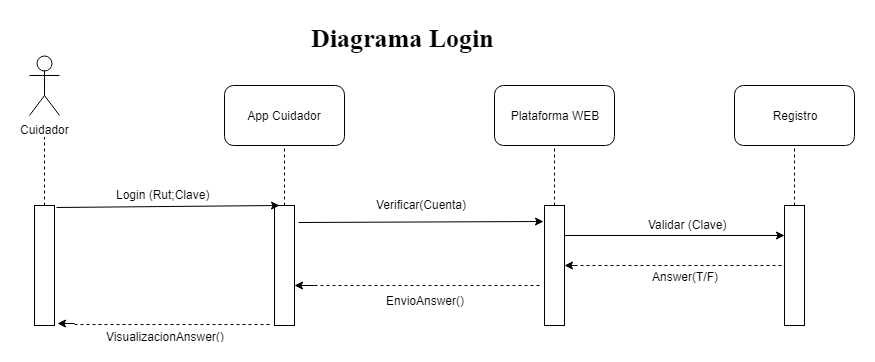
Before: Diagramas de secuencias/Diagrama Secuencia Login.png, a diagram exported from draw.io (DanSotoC/G4HD). Source tidied: cells renumbered, new cells last; positions are measured from the earlier drawing's top-left corner, leaving out a move shared by most shapes. The source it was exported from:
```xml
<mxGraphModel>
  <root>
    <mxCell id="0" />
    <mxCell id="1" parent="0" />
    <mxCell id="2" style="rounded=0;whiteSpace=wrap;html=1;" parent="1" vertex="1">
      <mxGeometry x="5" y="185" width="20" height="120" as="geometry" />
    </mxCell>
    <mxCell id="3" style="endArrow=none;dashed=1;html=1;exitX=0.5;exitY=0;exitDx=0;exitDy=0;" parent="1" edge="1" source="2">
      <mxGeometry relative="1" as="geometry">
        <mxPoint x="15" y="115" as="targetPoint" />
      </mxGeometry>
    </mxCell>
    <mxCell id="4" value="App Cuidador" style="rounded=1;whiteSpace=wrap;html=1;" parent="1" vertex="1">
      <mxGeometry x="195" y="65" width="120" height="60" as="geometry" />
    </mxCell>
    <mxCell id="5" style="rounded=0;whiteSpace=wrap;html=1;" parent="1" vertex="1">
      <mxGeometry x="245" y="185" width="20" height="120" as="geometry" />
    </mxCell>
    <mxCell id="6" style="endArrow=none;dashed=1;html=1;entryX=0.5;entryY=1;entryDx=0;entryDy=0;exitX=0.5;exitY=0;exitDx=0;exitDy=0;" parent="1" edge="1" source="5" target="4">
      <mxGeometry relative="1" as="geometry" />
    </mxCell>
    <mxCell id="7" value="Plataforma WEB" style="rounded=1;whiteSpace=wrap;html=1;" parent="1" vertex="1">
      <mxGeometry x="465" y="65" width="120" height="60" as="geometry" />
    </mxCell>
    <mxCell id="8" style="rounded=0;whiteSpace=wrap;html=1;" parent="1" vertex="1">
      <mxGeometry x="515" y="185" width="20" height="120" as="geometry" />
    </mxCell>
    <mxCell id="9" style="endArrow=none;dashed=1;html=1;entryX=0.5;entryY=1;entryDx=0;entryDy=0;exitX=0.5;exitY=0;exitDx=0;exitDy=0;" parent="1" edge="1" source="8" target="7">
      <mxGeometry relative="1" as="geometry" />
    </mxCell>
    <mxCell id="10" value="Registro&lt;br&gt;" style="rounded=1;whiteSpace=wrap;html=1;" parent="1" vertex="1">
      <mxGeometry x="705" y="65" width="120" height="60" as="geometry" />
    </mxCell>
    <mxCell id="11" style="rounded=0;whiteSpace=wrap;html=1;" parent="1" vertex="1">
      <mxGeometry x="755" y="185" width="20" height="120" as="geometry" />
    </mxCell>
    <mxCell id="12" style="endArrow=none;dashed=1;html=1;entryX=0.5;entryY=1;entryDx=0;entryDy=0;exitX=0.5;exitY=0;exitDx=0;exitDy=0;" parent="1" edge="1" source="11" target="10">
      <mxGeometry relative="1" as="geometry" />
    </mxCell>
    <mxCell id="13" style="endArrow=classic;html=1;entryX=0.25;entryY=0;entryDx=0;entryDy=0;exitX=1.1;exitY=0.017;exitDx=0;exitDy=0;exitPerimeter=0;" parent="1" edge="1" source="2" target="5">
      <mxGeometry relative="1" as="geometry" />
    </mxCell>
    <mxCell id="14" style="endArrow=classic;html=1;entryX=-0.05;entryY=0.133;entryDx=0;entryDy=0;entryPerimeter=0;exitX=1.2;exitY=0.142;exitDx=0;exitDy=0;exitPerimeter=0;" parent="1" edge="1" source="5" target="8">
      <mxGeometry relative="1" as="geometry" />
    </mxCell>
    <mxCell id="15" style="endArrow=classic;html=1;entryX=0;entryY=0.25;entryDx=0;entryDy=0;exitX=1;exitY=0.25;exitDx=0;exitDy=0;" parent="1" edge="1" source="8" target="11">
      <mxGeometry relative="1" as="geometry" />
    </mxCell>
    <mxCell id="16" value="Login (Rut;Clave)" style="text;html=1;align=left;verticalAlign=top;spacingTop=-4;" parent="1" vertex="1">
      <mxGeometry x="85" y="165" width="110" height="20" as="geometry" />
    </mxCell>
    <mxCell id="17" value="Verificar(Cuenta)" style="text;html=1;align=left;verticalAlign=top;spacingTop=-4;" parent="1" vertex="1">
      <mxGeometry x="345" y="175" width="110" height="20" as="geometry" />
    </mxCell>
    <mxCell id="18" value="Validar (Clave)" style="text;html=1;align=left;verticalAlign=top;spacingTop=-4;" parent="1" vertex="1">
      <mxGeometry x="617" y="195" width="90" height="20" as="geometry" />
    </mxCell>
    <mxCell id="19" style="endArrow=classic;html=1;entryX=1;entryY=0.5;entryDx=0;entryDy=0;" parent="1" edge="1" target="8">
      <mxGeometry relative="1" as="geometry">
        <mxPoint x="545" y="245" as="sourcePoint" />
      </mxGeometry>
    </mxCell>
    <mxCell id="20" style="endArrow=none;dashed=1;html=1;" parent="1" edge="1" target="11">
      <mxGeometry relative="1" as="geometry">
        <mxPoint x="545" y="245" as="sourcePoint" />
      </mxGeometry>
    </mxCell>
    <mxCell id="21" value="Answer(T/F)" style="text;html=1;align=center;verticalAlign=middle;labelBackgroundColor=#ffffff;" parent="20" vertex="1">
      <mxGeometry x="-0.22" y="-4" relative="1" as="geometry">
        <mxPoint x="28" y="6" as="offset" />
      </mxGeometry>
    </mxCell>
    <mxCell id="22" style="endArrow=classic;html=1;" parent="1" edge="1">
      <mxGeometry relative="1" as="geometry">
        <mxPoint x="285" y="265" as="sourcePoint" />
        <mxPoint x="265" y="265" as="targetPoint" />
      </mxGeometry>
    </mxCell>
    <mxCell id="23" style="endArrow=none;dashed=1;html=1;" parent="1" edge="1">
      <mxGeometry relative="1" as="geometry">
        <mxPoint x="285" y="265" as="sourcePoint" />
        <mxPoint x="512" y="265" as="targetPoint" />
      </mxGeometry>
    </mxCell>
    <mxCell id="24" value="EnvioAnswer()" style="text;html=1;align=left;verticalAlign=top;spacingTop=-4;" parent="1" vertex="1">
      <mxGeometry x="355" y="271" width="90" height="20" as="geometry" />
    </mxCell>
    <mxCell id="25" style="endArrow=classic;html=1;entryX=1.15;entryY=0.983;entryDx=0;entryDy=0;entryPerimeter=0;" parent="1" edge="1" target="2">
      <mxGeometry relative="1" as="geometry">
        <mxPoint x="45" y="303" as="sourcePoint" />
      </mxGeometry>
    </mxCell>
    <mxCell id="26" style="endArrow=none;dashed=1;html=1;entryX=-0.1;entryY=0.992;entryDx=0;entryDy=0;entryPerimeter=0;" parent="1" edge="1" target="5">
      <mxGeometry relative="1" as="geometry">
        <mxPoint x="45" y="304" as="sourcePoint" />
      </mxGeometry>
    </mxCell>
    <mxCell id="27" value="VisualizacionAnswer()" style="text;html=1;align=center;verticalAlign=middle;labelBackgroundColor=#ffffff;" parent="26" vertex="1">
      <mxGeometry x="-0.34" y="3" relative="1" as="geometry">
        <mxPoint x="25" y="14" as="offset" />
      </mxGeometry>
    </mxCell>
    <mxCell id="28" value="Cuidador" style="shape=umlActor;verticalLabelPosition=bottom;labelBackgroundColor=#ffffff;verticalAlign=top;html=1;" parent="1" vertex="1">
      <mxGeometry y="35" width="30" height="60" as="geometry" />
    </mxCell>
    <mxCell id="29" value="Diagrama Login" style="text;html=1;align=left;verticalAlign=top;spacingTop=-4;labelBackgroundColor=#ffffff;labelBorderColor=none;fontStyle=1;fontFamily=Times New Roman;fontSize=26;" parent="1" vertex="1">
      <mxGeometry x="280" width="100" height="20" as="geometry" />
    </mxCell>
  </root>
</mxGraphModel>
```
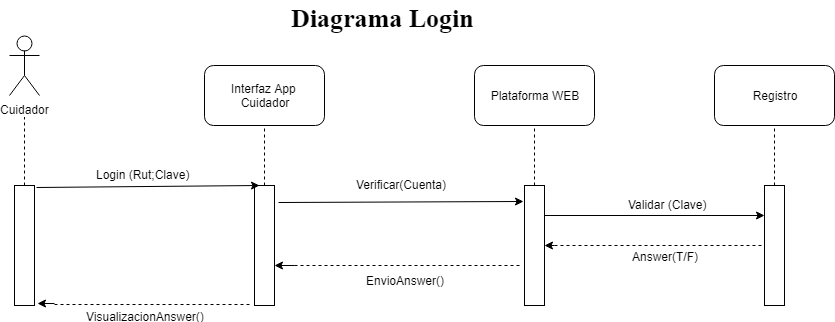
The same diagram one commit later.

Change to the diagram source:
```diff
@@ -10,7 +10,7 @@
         <mxPoint x="15" y="115" as="targetPoint" />
       </mxGeometry>
     </mxCell>
-    <mxCell id="4" value="App Cuidador" style="rounded=1;whiteSpace=wrap;html=1;" parent="1" vertex="1">
+    <mxCell id="4" value="Interfaz App &lt;br&gt;Cuidador" style="rounded=1;whiteSpace=wrap;html=1;" parent="1" vertex="1">
       <mxGeometry x="195" y="65" width="120" height="60" as="geometry" />
     </mxCell>
     <mxCell id="5" style="rounded=0;whiteSpace=wrap;html=1;" parent="1" vertex="1">
```
